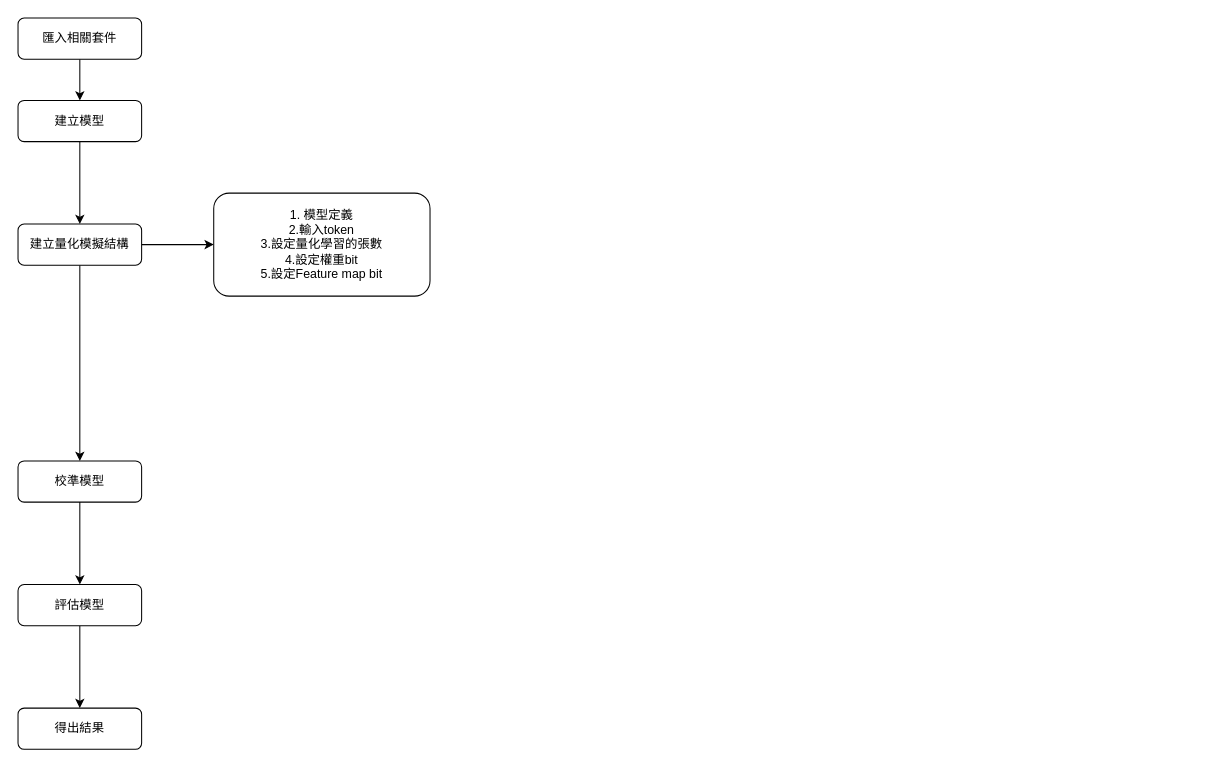
Above: aimet.drawio in jihuien/ML100Days (draw.io), before the change. Source tidied: cells renumbered, new cells numbered last; positions are measured from the earlier drawing's top-left corner, leaving out a move shared by most shapes. Both pictures are drawn from the tidied source at 103%, with x=0, y=0 at pixel (18, 18).
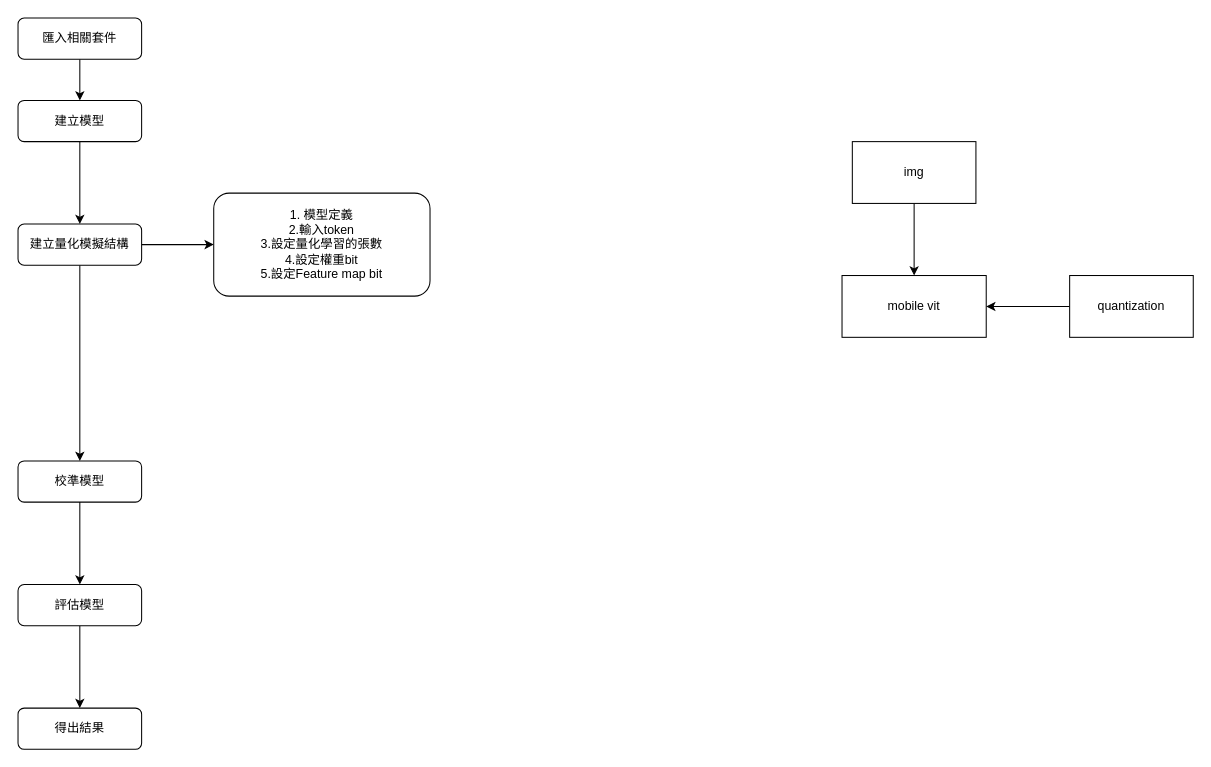
Above is the later version.

Change to the diagram source:
```diff
@@
 <mxGraphModel>
   <root>
     <mxCell id="0" />
     <mxCell id="1" parent="0" />
     <mxCell id="2" style="edgeStyle=orthogonalEdgeStyle;rounded=0;jettySize=auto;html=1;" parent="1" edge="1" source="3" target="14">
       <mxGeometry relative="1" as="geometry" />
     </mxCell>
     <mxCell id="3" value="匯入相關套件" style="rounded=1;whiteSpace=wrap;html=1;fontSize=12;glass=0;strokeWidth=1;shadow=0;" parent="1" vertex="1">
       <mxGeometry width="120" height="40" as="geometry" />
     </mxCell>
     <mxCell id="4" style="edgeStyle=orthogonalEdgeStyle;rounded=0;jettySize=auto;html=1;" parent="1" edge="1" source="6" target="8">
       <mxGeometry relative="1" as="geometry" />
     </mxCell>
     <mxCell id="5" style="edgeStyle=orthogonalEdgeStyle;rounded=0;jettySize=auto;html=1;" parent="1" edge="1" source="6" target="12">
       <mxGeometry relative="1" as="geometry" />
     </mxCell>
     <mxCell id="6" value="建立量化模擬結構" style="rounded=1;whiteSpace=wrap;html=1;fontSize=12;glass=0;strokeWidth=1;shadow=0;" parent="1" vertex="1">
       <mxGeometry y="200" width="120" height="40" as="geometry" />
     </mxCell>
     <mxCell id="7" style="edgeStyle=orthogonalEdgeStyle;rounded=0;jettySize=auto;html=1;" parent="1" edge="1" source="8" target="10">
       <mxGeometry relative="1" as="geometry" />
     </mxCell>
     <mxCell id="8" value="校準模型" style="rounded=1;whiteSpace=wrap;html=1;fontSize=12;glass=0;strokeWidth=1;shadow=0;" parent="1" vertex="1">
       <mxGeometry y="430" width="120" height="40" as="geometry" />
     </mxCell>
     <mxCell id="9" style="edgeStyle=orthogonalEdgeStyle;rounded=0;jettySize=auto;html=1;" parent="1" edge="1" source="10" target="11">
       <mxGeometry relative="1" as="geometry" />
     </mxCell>
     <mxCell id="10" value="評估模型" style="rounded=1;whiteSpace=wrap;html=1;fontSize=12;glass=0;strokeWidth=1;shadow=0;" parent="1" vertex="1">
       <mxGeometry y="550" width="120" height="40" as="geometry" />
     </mxCell>
     <mxCell id="11" value="得出結果" style="rounded=1;whiteSpace=wrap;html=1;fontSize=12;glass=0;strokeWidth=1;shadow=0;" parent="1" vertex="1">
       <mxGeometry y="670" width="120" height="40" as="geometry" />
     </mxCell>
     <mxCell id="12" value="1. 模型定義&lt;div&gt;2.輸入token&lt;/div&gt;&lt;div&gt;3.設定量化學習的張數&lt;/div&gt;&lt;div&gt;4.設定權重bit&lt;/div&gt;&lt;div&gt;5.設定Feature map bit&lt;/div&gt;" style="whiteSpace=wrap;html=1;rounded=1;glass=0;strokeWidth=1;shadow=0;" parent="1" vertex="1">
       <mxGeometry x="190" y="170" width="210" height="100" as="geometry" />
     </mxCell>
     <mxCell id="13" style="edgeStyle=orthogonalEdgeStyle;rounded=0;jettySize=auto;html=1;" parent="1" edge="1" source="14" target="6">
       <mxGeometry relative="1" as="geometry" />
     </mxCell>
     <mxCell id="14" value="建立模型" style="rounded=1;whiteSpace=wrap;html=1;fontSize=12;glass=0;strokeWidth=1;shadow=0;" parent="1" vertex="1">
       <mxGeometry y="80" width="120" height="40" as="geometry" />
     </mxCell>
+    <mxCell id="15" value="mobile vit" style="rounded=0;whiteSpace=wrap;html=1;" parent="1" vertex="1">
+      <mxGeometry x="800" y="250" width="140" height="60" as="geometry" />
+    </mxCell>
+    <mxCell id="16" style="edgeStyle=orthogonalEdgeStyle;rounded=0;jettySize=auto;html=1;" parent="1" edge="1" source="17" target="15">
+      <mxGeometry relative="1" as="geometry" />
+    </mxCell>
+    <mxCell id="17" value="img" style="rounded=0;whiteSpace=wrap;html=1;" parent="1" vertex="1">
+      <mxGeometry x="810" y="120" width="120" height="60" as="geometry" />
+    </mxCell>
+    <mxCell id="18" style="edgeStyle=orthogonalEdgeStyle;rounded=0;jettySize=auto;html=1;" parent="1" edge="1" source="19" target="15">
+      <mxGeometry relative="1" as="geometry" />
+    </mxCell>
+    <mxCell id="19" value="quantization" style="rounded=0;whiteSpace=wrap;html=1;" parent="1" vertex="1">
+      <mxGeometry x="1021" y="250" width="120" height="60" as="geometry" />
+    </mxCell>
   </root>
 </mxGraphModel>
```
